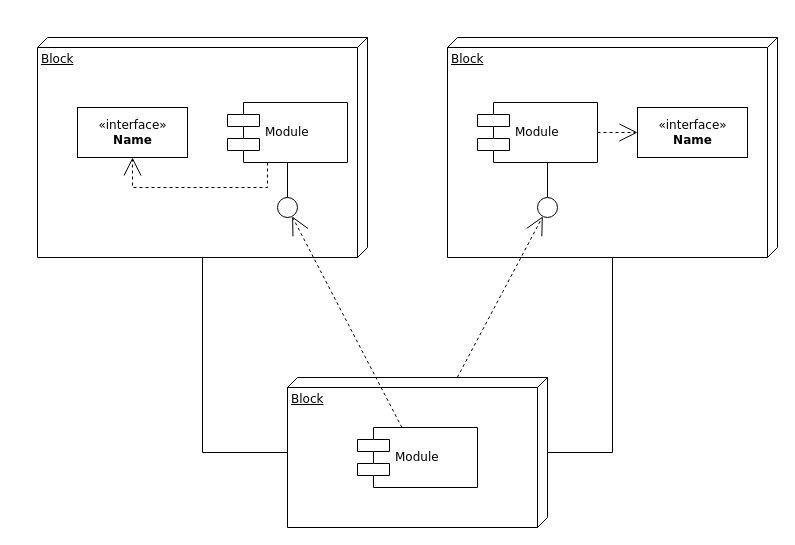
Earlier version of the draw.io diagram Untitled Diagram.drawio (evilbinary/data). Source tidied: cells renumbered, new cells numbered last; positions are measured from the earlier drawing's top-left corner, leaving out a move shared by most shapes. Both pictures are drawn from the tidied source at 100%, with x=0, y=0 at pixel (37, 37).
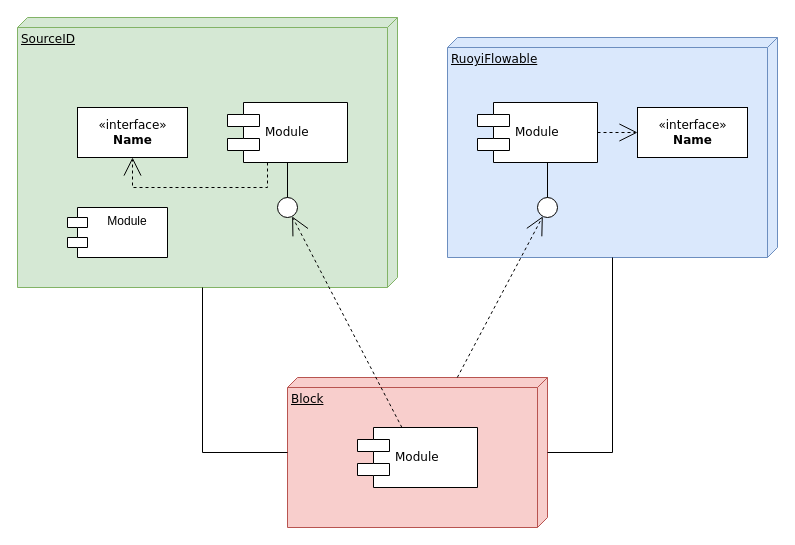
Above is the later version.

Diff of the diagram source:
```diff
@@
-    <mxCell id="2" value="Block" style="verticalAlign=top;align=left;spacingTop=8;spacingLeft=2;spacingRight=12;shape=cube;size=10;direction=south;fontStyle=4;html=1;rounded=0;shadow=0;comic=0;labelBackgroundColor=none;strokeWidth=1;fontFamily=Verdana;fontSize=12;" parent="1" vertex="1">
-      <mxGeometry width="330" height="220" as="geometry" />
+    <mxCell id="2" value="SourceID" style="verticalAlign=top;align=left;spacingTop=8;spacingLeft=2;spacingRight=12;shape=cube;size=10;direction=south;fontStyle=4;html=1;rounded=0;shadow=0;comic=0;labelBackgroundColor=none;strokeWidth=1;fontFamily=Verdana;fontSize=12;fillColor=#d5e8d4;strokeColor=#82b366;" parent="1" vertex="1">
+      <mxGeometry x="-20" y="-20" width="380" height="270" as="geometry" />
     </mxCell>
-    <mxCell id="3" value="Block" style="verticalAlign=top;align=left;spacingTop=8;spacingLeft=2;spacingRight=12;shape=cube;size=10;direction=south;fontStyle=4;html=1;rounded=0;shadow=0;comic=0;labelBackgroundColor=none;strokeWidth=1;fontFamily=Verdana;fontSize=12;" parent="1" vertex="1">
+    <mxCell id="3" value="RuoyiFlowable" style="verticalAlign=top;align=left;spacingTop=8;spacingLeft=2;spacingRight=12;shape=cube;size=10;direction=south;fontStyle=4;html=1;rounded=0;shadow=0;comic=0;labelBackgroundColor=none;strokeWidth=1;fontFamily=Verdana;fontSize=12;fillColor=#dae8fc;strokeColor=#6c8ebf;" parent="1" vertex="1">
       <mxGeometry x="410" width="330" height="220" as="geometry" />
     </mxCell>
-    <mxCell id="4" value="Block" style="verticalAlign=top;align=left;spacingTop=8;spacingLeft=2;spacingRight=12;shape=cube;size=10;direction=south;fontStyle=4;html=1;rounded=0;shadow=0;comic=0;labelBackgroundColor=none;strokeWidth=1;fontFamily=Verdana;fontSize=12;" parent="1" vertex="1">
+    <mxCell id="4" value="Block" style="verticalAlign=top;align=left;spacingTop=8;spacingLeft=2;spacingRight=12;shape=cube;size=10;direction=south;fontStyle=4;html=1;rounded=0;shadow=0;comic=0;labelBackgroundColor=none;strokeWidth=1;fontFamily=Verdana;fontSize=12;fillColor=#f8cecc;strokeColor=#b85450;" parent="1" vertex="1">
       <mxGeometry x="250" y="340" width="260" height="150" as="geometry" />
     </mxCell>
@@
+    <mxCell id="20" value="Module" style="shape=module;align=left;spacingLeft=20;align=center;verticalAlign=top;" parent="1" vertex="1">
+      <mxGeometry x="30" y="170" width="100" height="50" as="geometry" />
+    </mxCell>
```
